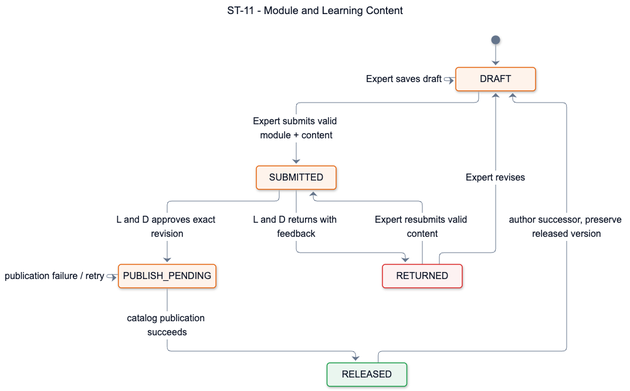
SEP490-Fall-2026-GFA26SE64/SEP490 keeps this Mermaid diagram as documents/diagrams/mermaid/st-11.png. Above is the earlier version. Its source is kept beside it as documents/diagrams/mermaid/st-11.mmd.
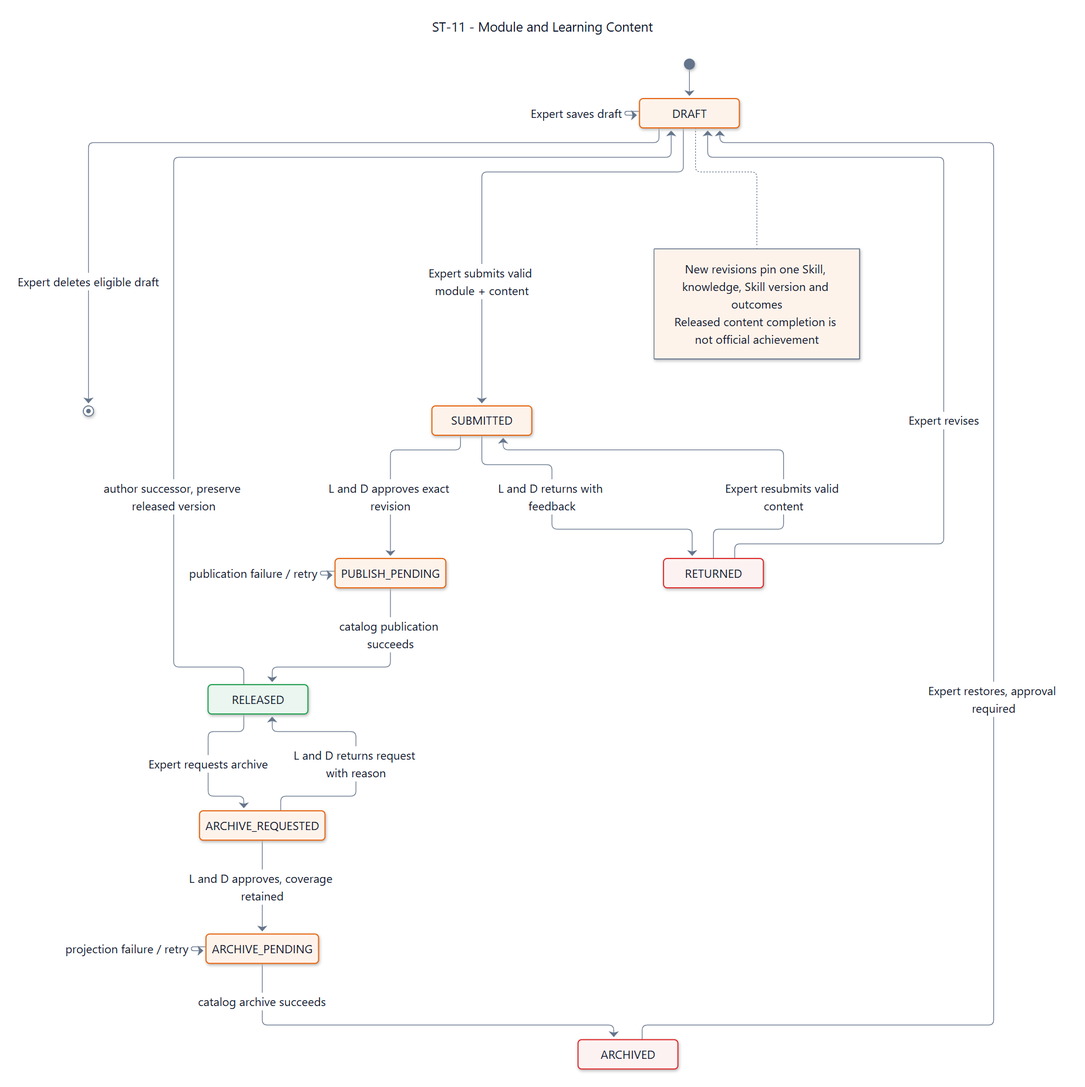
After the change.

What changed in the source:
```diff
@@ -2,12 +2,16 @@
 title: "ST-11 - Module and Learning Content"
 config: {"theme":"base","fontFamily":"Segoe UI, Arial, sans-serif","themeVariables":{"fontFamily":"Segoe UI, Arial, sans-serif","fontSize":"16px","primaryColor":"#ffffff","primaryTextColor":"#0f1729","primaryBorderColor":"#64748b","secondaryColor":"#fef3eb","tertiaryColor":"#ffffff","lineColor":"#64748b","textColor":"#0f1729","mainBkg":"#ffffff","background":"#ffffff","clusterBkg":"#ffffff","clusterBorder":"#64748b","edgeLabelBackground":"#ffffff","titleColor":"#0f1729","noteBkgColor":"#fef3eb","noteTextColor":"#0f1729","noteBorderColor":"#e6650f","labelColor":"#0f1729","compositeBackground":"#ffffff","compositeTitleBackground":"#ffffff","compositeBorder":"#64748b","altBackground":"#ffffff","nodeBorder":"#64748b","nodeTextColor":"#0f1729","cScale0":"#ffffff","cScaleLabel0":"#0f1729","cScale1":"#ffffff","cScaleLabel1":"#0f1729","cScale2":"#ffffff","cScaleLabel2":"#0f1729","cScale3":"#ffffff","cScaleLabel3":"#0f1729","cScale4":"#ffffff","cScaleLabel4":"#0f1729","cScale5":"#ffffff","cScaleLabel5":"#0f1729","cScale6":"#ffffff","cScaleLabel6":"#0f1729","cScale7":"#ffffff","cScaleLabel7":"#0f1729","cScale8":"#ffffff","cScaleLabel8":"#0f1729","cScale9":"#ffffff","cScaleLabel9":"#0f1729","cScale10":"#ffffff","cScaleLabel10":"#0f1729","cScale11":"#ffffff","cScaleLabel11":"#0f1729","secondaryBorderColor":"#64748b","tertiaryBorderColor":"#64748b","secondaryTextColor":"#0f1729","tertiaryTextColor":"#0f1729"},"state":{"nodeSpacing":42,"rankSpacing":64,"padding":16,"fontSize":16,"wrappingWidth":250}}
 ---
+
 stateDiagram-v2
   state "DRAFT" as SDD_ST_11_Draft
   state "SUBMITTED" as SDD_ST_11_Submitted
   state "RETURNED" as SDD_ST_11_Returned
   state "PUBLISH_PENDING" as SDD_ST_11_PublishPending
   state "RELEASED" as SDD_ST_11_Released
+  state "ARCHIVE_REQUESTED" as SDD_ST_11_ArchiveRequested
+  state "ARCHIVE_PENDING" as SDD_ST_11_ArchivePending
+  state "ARCHIVED" as SDD_ST_11_Archived
   [*] --> SDD_ST_11_Draft
   SDD_ST_11_Draft --> SDD_ST_11_Draft : Expert saves draft
   SDD_ST_11_Draft --> SDD_ST_11_Submitted : Expert submits valid module + content
@@ -19,9 +23,22 @@
   SDD_ST_11_PublishPending --> SDD_ST_11_Released : catalog publication succeeds
   SDD_ST_11_Released --> SDD_ST_11_Draft : author successor, preserve released version
 
+  SDD_ST_11_Draft --> [*] : Expert deletes eligible draft
+  SDD_ST_11_Released --> SDD_ST_11_ArchiveRequested : Expert requests archive
+  SDD_ST_11_ArchiveRequested --> SDD_ST_11_Released : L and D returns request with reason
+  SDD_ST_11_ArchiveRequested --> SDD_ST_11_ArchivePending : L and D approves, coverage retained
+  SDD_ST_11_ArchivePending --> SDD_ST_11_ArchivePending : projection failure / retry
+  SDD_ST_11_ArchivePending --> SDD_ST_11_Archived : catalog archive succeeds
+  SDD_ST_11_Archived --> SDD_ST_11_Draft : Expert restores, approval required
+
   classDef working fill:#fef3eb,stroke:#e6650f,color:#0f1729,stroke-width:1.5px
   classDef accepted fill:#eaf6ef,stroke:#1a9e4a,color:#0f1729,stroke-width:1.5px
   classDef attention fill:#fdf2f2,stroke:#dc2828,color:#0f1729,stroke-width:1.5px
-  class SDD_ST_11_Draft,SDD_ST_11_Submitted,SDD_ST_11_PublishPending working
-  class SDD_ST_11_Returned attention
+  class SDD_ST_11_Draft,SDD_ST_11_Submitted,SDD_ST_11_PublishPending,SDD_ST_11_ArchiveRequested,SDD_ST_11_ArchivePending working
+  class SDD_ST_11_Returned,SDD_ST_11_Archived attention
   class SDD_ST_11_Released accepted
+
+  note right of SDD_ST_11_Draft
+    New revisions pin one Skill, knowledge, Skill version and outcomes
+    Released content completion is not official achievement
+  end note
```
